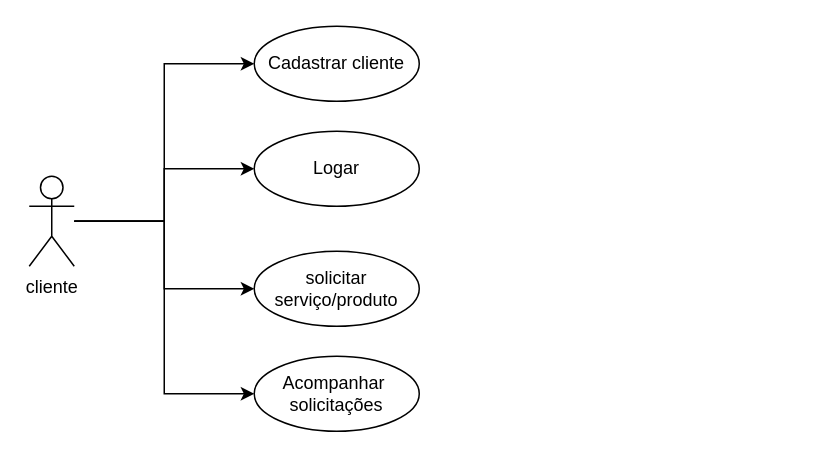
Above: page "cliente" (2 of 2) of documentos/caso de uso.drawio in gabrielgrazziani/Projeto-Integrador-5 (draw.io), before the change. Source tidied: cells renumbered, new cells numbered last; positions are measured from the earlier drawing's top-left corner, leaving out a move shared by most shapes. Both pictures are drawn from the tidied source at 150%, with x=0, y=0 at pixel (28, 26).
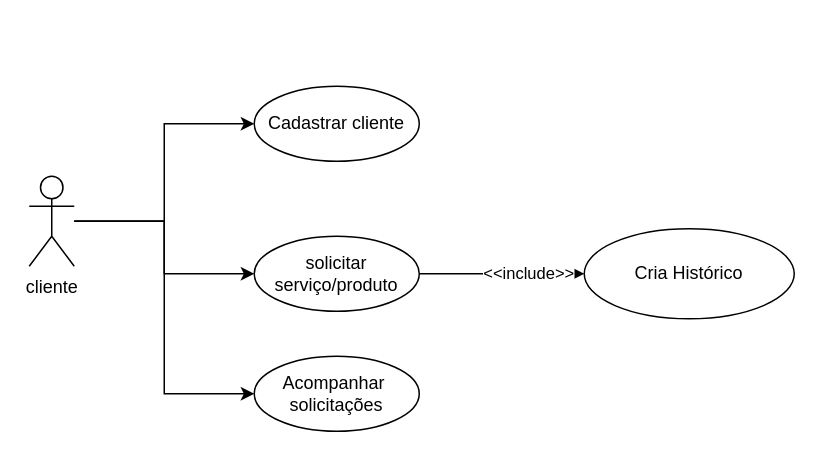
The same diagram, later.

Change to the diagram source:
```diff
@@
 <mxGraphModel>
   <root>
     <mxCell id="0" />
     <mxCell id="1" parent="0" />
     <mxCell id="2" style="edgeStyle=orthogonalEdgeStyle;rounded=0;jettySize=auto;html=1;entryX=0;entryY=0.5;entryDx=0;entryDy=0;" parent="1" edge="1" source="6" target="7">
       <mxGeometry relative="1" as="geometry" />
     </mxCell>
-    <mxCell id="3" style="edgeStyle=orthogonalEdgeStyle;rounded=0;jettySize=auto;html=1;" parent="1" edge="1" source="6" target="8">
-      <mxGeometry relative="1" as="geometry" />
-    </mxCell>
     <mxCell id="4" style="edgeStyle=orthogonalEdgeStyle;rounded=0;jettySize=auto;html=1;entryX=0;entryY=0.5;entryDx=0;entryDy=0;" parent="1" edge="1" source="6" target="9">
       <mxGeometry relative="1" as="geometry" />
     </mxCell>
     <mxCell id="5" style="edgeStyle=orthogonalEdgeStyle;rounded=0;jettySize=auto;html=1;entryX=0;entryY=0.5;entryDx=0;entryDy=0;" parent="1" edge="1" source="6" target="10">
       <mxGeometry relative="1" as="geometry" />
     </mxCell>
     <mxCell id="6" value="cliente" style="shape=umlActor;verticalLabelPosition=bottom;verticalAlign=top;html=1;outlineConnect=0;" parent="1" vertex="1">
       <mxGeometry y="100" width="30" height="60" as="geometry" />
     </mxCell>
     <mxCell id="7" value="Cadastrar cliente" style="ellipse;whiteSpace=wrap;html=1;" parent="1" vertex="1">
-      <mxGeometry x="150" width="110" height="50" as="geometry" />
+      <mxGeometry x="150" y="40" width="110" height="50" as="geometry" />
     </mxCell>
-    <mxCell id="8" value="Logar" style="ellipse;whiteSpace=wrap;html=1;" parent="1" vertex="1">
-      <mxGeometry x="150" y="70" width="110" height="50" as="geometry" />
-    </mxCell>
     <mxCell id="9" value="solicitar serviço/produto" style="ellipse;whiteSpace=wrap;html=1;" parent="1" vertex="1">
-      <mxGeometry x="150" y="150" width="110" height="50" as="geometry" />
+      <mxGeometry x="150" y="140" width="110" height="50" as="geometry" />
     </mxCell>
     <mxCell id="10" value="Acompanhar&amp;nbsp;&lt;br&gt;solicitações" style="ellipse;whiteSpace=wrap;html=1;" parent="1" vertex="1">
       <mxGeometry x="150" y="220" width="110" height="50" as="geometry" />
     </mxCell>
+    <mxCell id="11" value="Cria Histórico" style="ellipse;whiteSpace=wrap;html=1;" parent="1" vertex="1">
+      <mxGeometry x="370" y="135" width="140" height="60" as="geometry" />
+    </mxCell>
+    <mxCell id="12" style="endArrow=classic;html=1;" parent="1" edge="1" source="9" target="11">
+      <mxGeometry relative="1" as="geometry" />
+    </mxCell>
+    <mxCell id="13" value="&amp;lt;&amp;lt;include&amp;gt;&amp;gt;" style="edgeLabel;html=1;align=center;verticalAlign=middle;" parent="12" vertex="1">
+      <mxGeometry x="0.3" y="1" relative="1" as="geometry" />
+    </mxCell>
   </root>
 </mxGraphModel>
```
